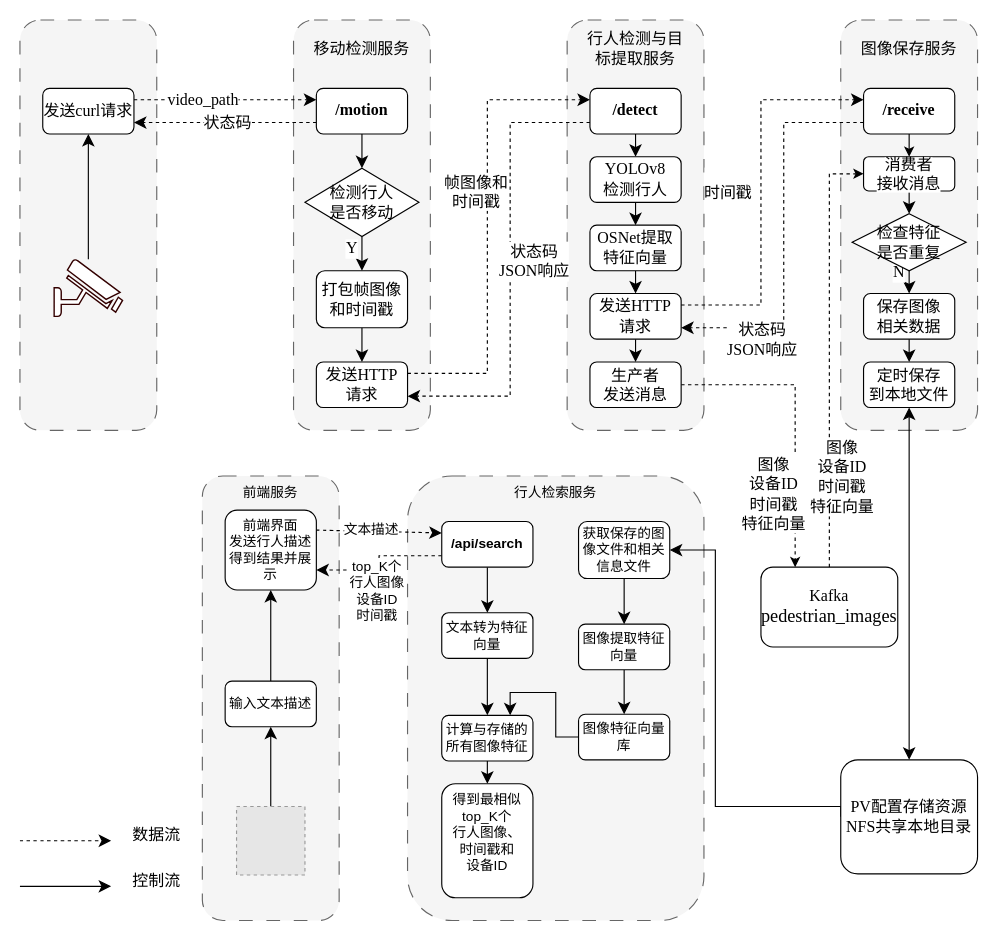
Above: page "系统工作流" (5 of 6) of directory/边缘架构.drawio in lllwwwooo/draw.io (draw.io), before the change. Source tidied: cells renumbered, new cells numbered last; positions are measured from the earlier drawing's top-left corner, leaving out a move shared by most shapes. Both pictures are drawn from the tidied source at 114%, with x=0, y=0 at pixel (19, 19). Pictures stored in the file or linked from it are replaced by grey dashed boxes.
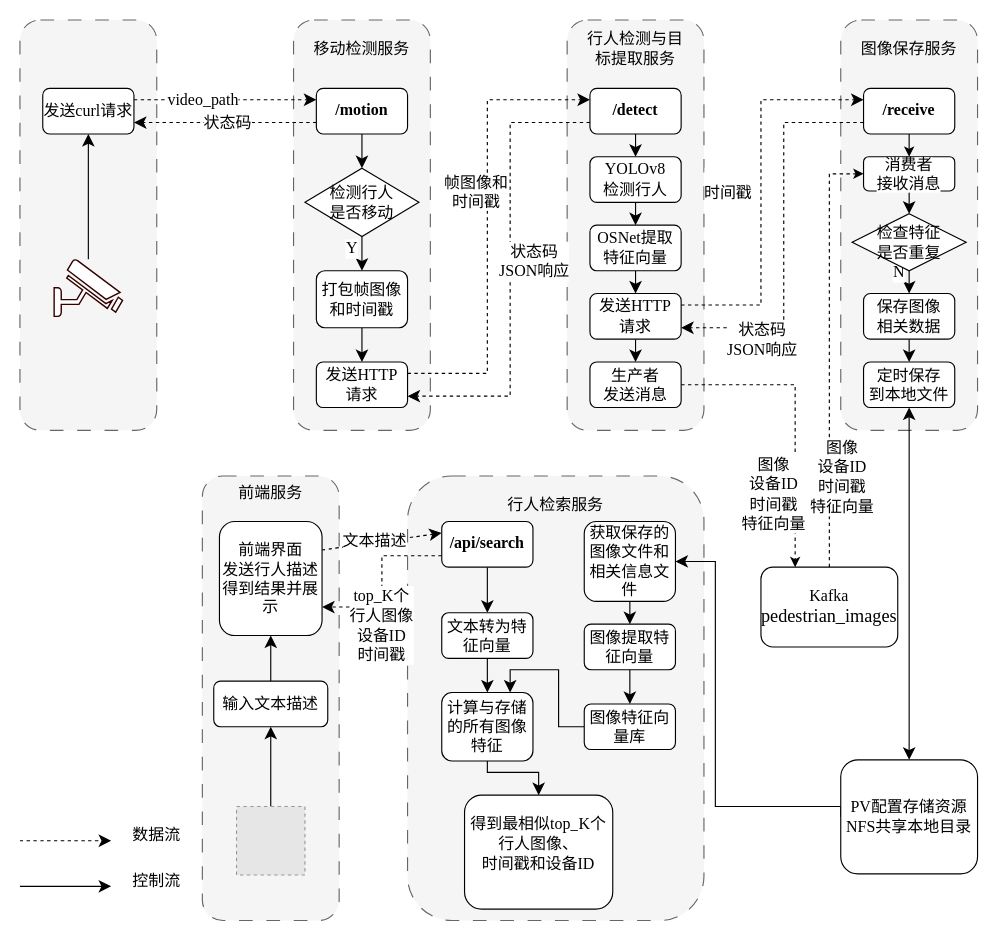
The same page after the edit.

Commit message (it also covers changes not shown here):
更新边缘架构.drawio

Unchanged cells that the change refers to:
```xml
<mxCell id="60" style="edgeStyle=orthogonalEdgeStyle;rounded=0;jettySize=auto;html=1;exitX=0;exitY=0.75;exitDx=0;exitDy=0;entryX=1;entryY=0.75;entryDx=0;entryDy=0;fontSize=12;startSize=8;endSize=8;dashed=1;" parent="1" edge="1" source="62" target="79">
  <mxGeometry relative="1" as="geometry" />
</mxCell>
<mxCell id="74" value="&lt;div&gt;&lt;font face=&quot;Times New Roman&quot; style=&quot;font-size: 14px;&quot;&gt;PV&lt;/font&gt;&lt;font face=&quot;宋体&quot; style=&quot;font-size: 14px;&quot;&gt;配置存储资源&lt;/font&gt;&lt;/div&gt;&lt;font style=&quot;font-size: 14px;&quot;&gt;&lt;font face=&quot;Times New Roman&quot; style=&quot;&quot;&gt;NFS&lt;/font&gt;&lt;span style=&quot;font-family: 宋体; background-color: transparent; color: light-dark(rgb(0, 0, 0), rgb(255, 255, 255));&quot;&gt;共享本地目录&lt;/span&gt;&lt;/font&gt;" style="rounded=1;whiteSpace=wrap;html=1;" parent="1" vertex="1">
  <mxGeometry x="720" y="649" width="120" height="100" as="geometry" />
</mxCell>
<mxCell id="77" style="edgeStyle=none;curved=1;rounded=0;jettySize=auto;html=1;exitX=1;exitY=0.25;exitDx=0;exitDy=0;entryX=0;entryY=0.25;entryDx=0;entryDy=0;fontSize=12;startSize=8;endSize=8;dashed=1;" parent="1" edge="1" source="79" target="62">
  <mxGeometry relative="1" as="geometry" />
</mxCell>
```

The edit, as a diff of the source:
```diff
@@
-    <mxCell id="61" value="top_K个&lt;div&gt;行人图像&lt;div&gt;设备ID&lt;/div&gt;&lt;div&gt;时间戳&lt;/div&gt;&lt;/div&gt;" style="edgeLabel;html=1;align=center;verticalAlign=middle;fontSize=12;" parent="60" vertex="1">
+    <mxCell id="61" value="&lt;font face=&quot;Times New Roman&quot; style=&quot;font-size: 14px;&quot;&gt;top_K&lt;/font&gt;&lt;font face=&quot;宋体&quot; style=&quot;font-size: 14px;&quot;&gt;个&lt;/font&gt;&lt;div&gt;&lt;font face=&quot;宋体&quot; style=&quot;font-size: 14px;&quot;&gt;行人图像&lt;/font&gt;&lt;div&gt;&lt;font style=&quot;font-size: 14px;&quot; face=&quot;宋体&quot;&gt;设备&lt;/font&gt;&lt;font style=&quot;font-size: 14px;&quot; face=&quot;Times New Roman&quot;&gt;ID&lt;/font&gt;&lt;/div&gt;&lt;div&gt;&lt;font face=&quot;宋体&quot; style=&quot;font-size: 14px;&quot;&gt;时间戳&lt;/font&gt;&lt;/div&gt;&lt;/div&gt;" style="edgeLabel;html=1;align=center;verticalAlign=middle;fontSize=12;" parent="60" vertex="1">
       <mxGeometry x="0.3" y="3" relative="1" as="geometry">
-        <mxPoint x="10" y="15" as="offset" />
+        <mxPoint x="-1" y="12" as="offset" />
       </mxGeometry>
     </mxCell>
-    <mxCell id="62" value="&lt;b&gt;/api/search&lt;/b&gt;" style="rounded=1;whiteSpace=wrap;html=1;" parent="1" vertex="1">
+    <mxCell id="62" value="&lt;b&gt;&lt;font style=&quot;font-size: 14px;&quot; face=&quot;Times New Roman&quot;&gt;/api/search&lt;/font&gt;&lt;/b&gt;" style="rounded=1;whiteSpace=wrap;html=1;" parent="1" vertex="1">
       <mxGeometry x="370" y="440" width="80" height="40" as="geometry" />
     </mxCell>
-    <mxCell id="63" value="行人检索服务" style="text;html=1;align=center;verticalAlign=middle;whiteSpace=wrap;rounded=0;" parent="1" vertex="1">
-      <mxGeometry x="430" y="400" width="80" height="30" as="geometry" />
+    <mxCell id="63" value="&lt;font face=&quot;宋体&quot; style=&quot;font-size: 14px;&quot;&gt;行人检索服务&lt;/font&gt;" style="text;html=1;align=center;verticalAlign=middle;whiteSpace=wrap;rounded=0;" parent="1" vertex="1">
+      <mxGeometry x="425" y="410" width="90" height="30" as="geometry" />
     </mxCell>
@@
-    <mxCell id="65" value="计算与存储的所有图像特征" style="rounded=1;whiteSpace=wrap;html=1;" parent="1" vertex="1">
-      <mxGeometry x="370" y="610" width="80" height="40" as="geometry" />
+    <mxCell id="65" value="&lt;font face=&quot;宋体&quot; style=&quot;font-size: 14px;&quot;&gt;计算与存储的所有图像特征&lt;/font&gt;" style="rounded=1;whiteSpace=wrap;html=1;" parent="1" vertex="1">
+      <mxGeometry x="370" y="590" width="80" height="60" as="geometry" />
     </mxCell>
-    <mxCell id="66" style="edgeStyle=none;curved=1;rounded=0;jettySize=auto;html=1;exitX=0.5;exitY=1;exitDx=0;exitDy=0;entryX=0.5;entryY=0;entryDx=0;entryDy=0;fontSize=12;startSize=8;endSize=8;" parent="1" edge="1" source="65" target="67">
-      <mxGeometry relative="1" as="geometry" />
+    <mxCell id="66" style="edgeStyle=orthogonalEdgeStyle;rounded=0;jettySize=auto;html=1;exitX=0.5;exitY=1;exitDx=0;exitDy=0;entryX=0.5;entryY=0;entryDx=0;entryDy=0;fontSize=12;startSize=8;endSize=8;" parent="1" edge="1" source="65" target="67">
+      <mxGeometry relative="1" as="geometry">
+        <Array as="points">
+          <mxPoint x="410" y="660" />
+          <mxPoint x="455" y="660" />
+        </Array>
+      </mxGeometry>
     </mxCell>
-    <mxCell id="67" value="&lt;span style=&quot;text-wrap-mode: nowrap; background-color: rgb(255, 255, 255);&quot;&gt;得到最相似&lt;/span&gt;&lt;span style=&quot;color: light-dark(rgb(0, 0, 0), rgb(255, 255, 255)); text-wrap-mode: nowrap; background-color: rgb(255, 255, 255);&quot;&gt;top_&lt;/span&gt;&lt;span style=&quot;color: light-dark(rgb(0, 0, 0), rgb(255, 255, 255)); text-wrap-mode: nowrap; background-color: light-dark(rgb(255, 255, 255), rgb(18, 18, 18));&quot;&gt;K个&lt;/span&gt;&lt;div&gt;&lt;span style=&quot;background-color: light-dark(rgb(255, 255, 255), rgb(18, 18, 18)); text-wrap-mode: nowrap; color: light-dark(rgb(0, 0, 0), rgb(255, 255, 255));&quot;&gt;行人&lt;/span&gt;&lt;span style=&quot;background-color: light-dark(rgb(255, 255, 255), rgb(18, 18, 18)); text-wrap-mode: nowrap; color: light-dark(rgb(0, 0, 0), rgb(255, 255, 255));&quot;&gt;图像、&lt;/span&gt;&lt;/div&gt;&lt;div&gt;&lt;span style=&quot;background-color: light-dark(rgb(255, 255, 255), rgb(18, 18, 18)); text-wrap-mode: nowrap; color: light-dark(rgb(0, 0, 0), rgb(255, 255, 255));&quot;&gt;时间戳和&lt;/span&gt;&lt;/div&gt;&lt;div&gt;&lt;span style=&quot;background-color: light-dark(rgb(255, 255, 255), rgb(18, 18, 18)); text-wrap-mode: nowrap; color: light-dark(rgb(0, 0, 0), rgb(255, 255, 255));&quot;&gt;设备ID&lt;/span&gt;&lt;div&gt;&lt;span style=&quot;text-wrap-mode: nowrap; background-color: rgb(255, 255, 255);&quot;&gt;&lt;br&gt;&lt;/span&gt;&lt;/div&gt;&lt;/div&gt;" style="rounded=1;whiteSpace=wrap;html=1;" parent="1" vertex="1">
-      <mxGeometry x="370" y="670" width="80" height="100" as="geometry" />
+    <mxCell id="67" value="&lt;font style=&quot;font-size: 14px;&quot;&gt;&lt;span style=&quot;font-family: 宋体; text-wrap-mode: nowrap; background-color: rgb(255, 255, 255);&quot;&gt;得到最相似&lt;/span&gt;&lt;span style=&quot;color: light-dark(rgb(0, 0, 0), rgb(255, 255, 255)); text-wrap-mode: nowrap; background-color: rgb(255, 255, 255);&quot;&gt;&lt;font face=&quot;Times New Roman&quot;&gt;top_&lt;/font&gt;&lt;/span&gt;&lt;span style=&quot;color: light-dark(rgb(0, 0, 0), rgb(255, 255, 255)); text-wrap-mode: nowrap; background-color: light-dark(rgb(255, 255, 255), rgb(18, 18, 18));&quot;&gt;&lt;font face=&quot;Times New Roman&quot;&gt;K&lt;/font&gt;&lt;font face=&quot;宋体&quot;&gt;个&lt;/font&gt;&lt;/span&gt;&lt;/font&gt;&lt;div&gt;&lt;font style=&quot;font-size: 14px;&quot; face=&quot;宋体&quot;&gt;&lt;span style=&quot;background-color: light-dark(rgb(255, 255, 255), rgb(18, 18, 18)); text-wrap-mode: nowrap; color: light-dark(rgb(0, 0, 0), rgb(255, 255, 255));&quot;&gt;行人&lt;/span&gt;&lt;span style=&quot;background-color: light-dark(rgb(255, 255, 255), rgb(18, 18, 18)); text-wrap-mode: nowrap; color: light-dark(rgb(0, 0, 0), rgb(255, 255, 255));&quot;&gt;图像、&lt;/span&gt;&lt;/font&gt;&lt;/div&gt;&lt;div&gt;&lt;font style=&quot;font-size: 14px;&quot;&gt;&lt;span style=&quot;background-color: light-dark(rgb(255, 255, 255), rgb(18, 18, 18)); text-wrap-mode: nowrap; color: light-dark(rgb(0, 0, 0), rgb(255, 255, 255));&quot;&gt;&lt;font face=&quot;宋体&quot;&gt;时间戳和&lt;/font&gt;&lt;/span&gt;&lt;span style=&quot;font-family: 宋体; background-color: light-dark(rgb(255, 255, 255), rgb(18, 18, 18)); color: light-dark(rgb(0, 0, 0), rgb(255, 255, 255)); text-wrap-mode: nowrap;&quot;&gt;设备&lt;/span&gt;&lt;span style=&quot;background-color: light-dark(rgb(255, 255, 255), rgb(18, 18, 18)); color: light-dark(rgb(0, 0, 0), rgb(255, 255, 255)); text-wrap-mode: nowrap;&quot;&gt;&lt;font face=&quot;Times New Roman&quot;&gt;ID&lt;/font&gt;&lt;/span&gt;&lt;/font&gt;&lt;/div&gt;&lt;div&gt;&lt;div&gt;&lt;span style=&quot;text-wrap-mode: nowrap; background-color: rgb(255, 255, 255);&quot;&gt;&lt;br&gt;&lt;/span&gt;&lt;/div&gt;&lt;/div&gt;" style="rounded=1;whiteSpace=wrap;html=1;" parent="1" vertex="1">
+      <mxGeometry x="390" y="680" width="130" height="100" as="geometry" />
     </mxCell>
-    <mxCell id="68" value="文本转为特征向量" style="rounded=1;whiteSpace=wrap;html=1;" parent="1" vertex="1">
+    <mxCell id="68" value="&lt;font face=&quot;宋体&quot; style=&quot;font-size: 14px;&quot;&gt;文本转为特征向量&lt;/font&gt;" style="rounded=1;whiteSpace=wrap;html=1;" parent="1" vertex="1">
       <mxGeometry x="370" y="520" width="80" height="40" as="geometry" />
     </mxCell>
@@
-    <mxCell id="70" value="图像提取特征向量" style="rounded=1;whiteSpace=wrap;html=1;" parent="1" vertex="1">
-      <mxGeometry x="490" y="530" width="80" height="40" as="geometry" />
+    <mxCell id="70" value="&lt;font face=&quot;宋体&quot; style=&quot;font-size: 14px;&quot;&gt;图像提取特征向量&lt;/font&gt;" style="rounded=1;whiteSpace=wrap;html=1;" parent="1" vertex="1">
+      <mxGeometry x="495" y="530" width="80" height="40" as="geometry" />
     </mxCell>
@@
-    <mxCell id="72" value="获取保存的图像文件和相关信息文件" style="rounded=1;whiteSpace=wrap;html=1;" parent="1" vertex="1">
-      <mxGeometry x="490" y="440" width="80" height="50" as="geometry" />
+    <mxCell id="72" value="&lt;font face=&quot;宋体&quot;&gt;&lt;font style=&quot;font-size: 14px;&quot;&gt;获取保存的&lt;/font&gt;&lt;font style=&quot;font-size: 14px;&quot;&gt;图像文件和相关信息文件&lt;/font&gt;&lt;/font&gt;" style="rounded=1;whiteSpace=wrap;html=1;" parent="1" vertex="1">
+      <mxGeometry x="495" y="440" width="80" height="70" as="geometry" />
     </mxCell>
     <mxCell id="73" style="edgeStyle=orthogonalEdgeStyle;rounded=0;jettySize=auto;html=1;exitX=0;exitY=0.5;exitDx=0;exitDy=0;entryX=1;entryY=0.5;entryDx=0;entryDy=0;fontSize=12;startSize=8;endSize=8;" parent="1" edge="1" source="74" target="72">
       <mxGeometry relative="1" as="geometry">
         <Array as="points">
+          <mxPoint x="720" y="690" />
           <mxPoint x="610" y="690" />
-          <mxPoint x="610" y="465" />
+          <mxPoint x="610" y="475" />
         </Array>
       </mxGeometry>
     </mxCell>
@@
-    <mxCell id="76" value="图像特征向量库" style="rounded=1;whiteSpace=wrap;html=1;" parent="1" vertex="1">
-      <mxGeometry x="490" y="609" width="80" height="40" as="geometry" />
+    <mxCell id="76" value="&lt;font face=&quot;宋体&quot; style=&quot;font-size: 14px;&quot;&gt;图像特征向量库&lt;/font&gt;" style="rounded=1;whiteSpace=wrap;html=1;" parent="1" vertex="1">
+      <mxGeometry x="495" y="600" width="80" height="40" as="geometry" />
     </mxCell>
@@
-    <mxCell id="78" value="文本描述" style="edgeLabel;html=1;align=center;verticalAlign=middle;fontSize=12;" parent="77" vertex="1">
+    <mxCell id="78" value="&lt;font face=&quot;宋体&quot; style=&quot;font-size: 14px;&quot;&gt;文本描述&lt;/font&gt;" style="edgeLabel;html=1;align=center;verticalAlign=middle;fontSize=12;" parent="77" vertex="1">
       <mxGeometry x="-0.14" y="2" relative="1" as="geometry" />
     </mxCell>
-    <mxCell id="79" value="前端界面&lt;div&gt;发送行人描述&lt;/div&gt;&lt;div&gt;得到结果并展示&lt;/div&gt;" style="rounded=1;whiteSpace=wrap;html=1;" parent="1" vertex="1">
-      <mxGeometry x="180" y="430" width="80" height="70" as="geometry" />
+    <mxCell id="79" value="&lt;font face=&quot;宋体&quot; style=&quot;font-size: 14px;&quot;&gt;前端界面&lt;/font&gt;&lt;div&gt;&lt;font style=&quot;font-size: 14px;&quot; face=&quot;宋体&quot;&gt;发送行人描述&lt;/font&gt;&lt;/div&gt;&lt;div&gt;&lt;font style=&quot;font-size: 14px;&quot; face=&quot;宋体&quot;&gt;得到结果并展示&lt;/font&gt;&lt;/div&gt;" style="rounded=1;whiteSpace=wrap;html=1;" parent="1" vertex="1">
+      <mxGeometry x="175" y="440" width="90" height="100" as="geometry" />
     </mxCell>
@@
-    <mxCell id="81" value="前端服务" style="text;html=1;align=center;verticalAlign=middle;whiteSpace=wrap;rounded=0;" parent="1" vertex="1">
+    <mxCell id="81" value="&lt;font face=&quot;宋体&quot; style=&quot;font-size: 14px;&quot;&gt;前端服务&lt;/font&gt;" style="text;html=1;align=center;verticalAlign=middle;whiteSpace=wrap;rounded=0;" parent="1" vertex="1">
       <mxGeometry x="180" y="400" width="80" height="30" as="geometry" />
     </mxCell>
@@
-    <mxCell id="83" value="输入文本描述" style="rounded=1;whiteSpace=wrap;html=1;" parent="1" vertex="1">
-      <mxGeometry x="180" y="580" width="80" height="40" as="geometry" />
+    <mxCell id="83" value="&lt;font face=&quot;宋体&quot; style=&quot;font-size: 14px;&quot;&gt;输入文本描述&lt;/font&gt;" style="rounded=1;whiteSpace=wrap;html=1;" parent="1" vertex="1">
+      <mxGeometry x="170" y="580" width="100" height="40" as="geometry" />
     </mxCell>
```
